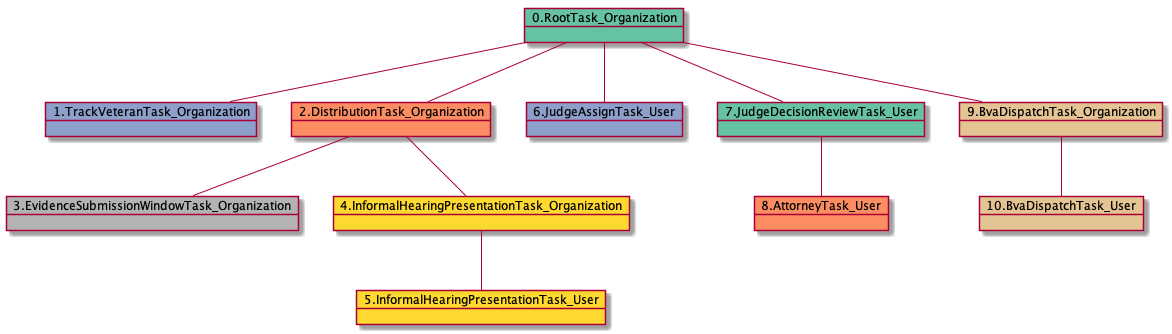
Earlier version of the PlantUML export docs-ES/uml/RTO.TVTO.DTO.ESWTO.IHPTO.IHPTU-15370.png (yoomlam/graphing). The source it was exported from:
```plantuml
@startuml
object 0.RootTask_Organization #66c2a5
object 1.TrackVeteranTask_Organization #8da0cb
object 2.DistributionTask_Organization #fc8d62
object 3.EvidenceSubmissionWindowTask_Organization #b3b3b3
object 4.InformalHearingPresentationTask_Organization #ffd92f
object 5.InformalHearingPresentationTask_User #ffd92f
object 6.JudgeAssignTask_User #8da0cb
object 7.JudgeDecisionReviewTask_User #66c2a5
object 8.AttorneyTask_User #fc8d62
object 9.BvaDispatchTask_Organization #e5c494
object 10.BvaDispatchTask_User #e5c494
0.RootTask_Organization -- 1.TrackVeteranTask_Organization
0.RootTask_Organization -- 2.DistributionTask_Organization
2.DistributionTask_Organization -- 3.EvidenceSubmissionWindowTask_Organization
2.DistributionTask_Organization -- 4.InformalHearingPresentationTask_Organization
4.InformalHearingPresentationTask_Organization -- 5.InformalHearingPresentationTask_User
0.RootTask_Organization -- 6.JudgeAssignTask_User
0.RootTask_Organization -- 7.JudgeDecisionReviewTask_User
7.JudgeDecisionReviewTask_User -- 8.AttorneyTask_User
0.RootTask_Organization -- 9.BvaDispatchTask_Organization
9.BvaDispatchTask_Organization -- 10.BvaDispatchTask_User
@enduml
```
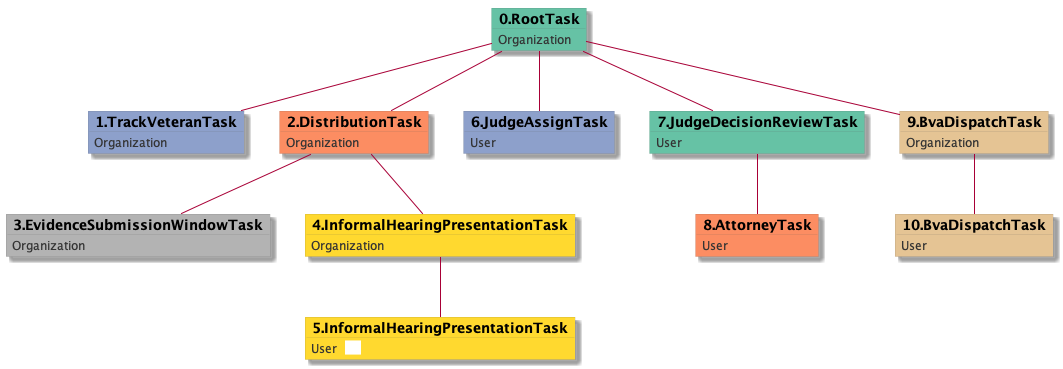
After the change.

The edit, as a diff of the source:
```diff
@@ -1,23 +1,53 @@
 @startuml
-object 0.RootTask_Organization #66c2a5
-object 1.TrackVeteranTask_Organization #8da0cb
-object 2.DistributionTask_Organization #fc8d62
-object 3.EvidenceSubmissionWindowTask_Organization #b3b3b3
-object 4.InformalHearingPresentationTask_Organization #ffd92f
-object 5.InformalHearingPresentationTask_User #ffd92f
-object 6.JudgeAssignTask_User #8da0cb
-object 7.JudgeDecisionReviewTask_User #66c2a5
-object 8.AttorneyTask_User #fc8d62
-object 9.BvaDispatchTask_Organization #e5c494
-object 10.BvaDispatchTask_User #e5c494
-0.RootTask_Organization -- 1.TrackVeteranTask_Organization
-0.RootTask_Organization -- 2.DistributionTask_Organization
-2.DistributionTask_Organization -- 3.EvidenceSubmissionWindowTask_Organization
-2.DistributionTask_Organization -- 4.InformalHearingPresentationTask_Organization
-4.InformalHearingPresentationTask_Organization -- 5.InformalHearingPresentationTask_User
-0.RootTask_Organization -- 6.JudgeAssignTask_User
-0.RootTask_Organization -- 7.JudgeDecisionReviewTask_User
-7.JudgeDecisionReviewTask_User -- 8.AttorneyTask_User
-0.RootTask_Organization -- 9.BvaDispatchTask_Organization
-9.BvaDispatchTask_Organization -- 10.BvaDispatchTask_User
+skinparam {
+  ObjectBorderColor #555
+  ObjectBorderThickness 0
+  ObjectFontStyle bold
+  ObjectFontSize 14
+  ObjectAttributeFontColor #333
+  ObjectAttributeFontSize 12
+}
+  object 0.RootTask #66c2a5 {
+Organization
+}
+  object 1.TrackVeteranTask #8da0cb {
+Organization
+}
+  object 2.DistributionTask #fc8d62 {
+Organization
+}
+  object 3.EvidenceSubmissionWindowTask #b3b3b3 {
+Organization
+}
+  object 4.InformalHearingPresentationTask #ffd92f {
+Organization
+}
+  object 5.InformalHearingPresentationTask #ffd92f {
+User  <back:white>    </back>
+}
+  object 6.JudgeAssignTask #8da0cb {
+User
+}
+  object 7.JudgeDecisionReviewTask #66c2a5 {
+User
+}
+  object 8.AttorneyTask #fc8d62 {
+User
+}
+  object 9.BvaDispatchTask #e5c494 {
+Organization
+}
+  object 10.BvaDispatchTask #e5c494 {
+User
+}
+0.RootTask -- 1.TrackVeteranTask
+0.RootTask -- 2.DistributionTask
+2.DistributionTask -- 3.EvidenceSubmissionWindowTask
+2.DistributionTask -- 4.InformalHearingPresentationTask
+4.InformalHearingPresentationTask -- 5.InformalHearingPresentationTask
+0.RootTask -- 6.JudgeAssignTask
+0.RootTask -- 7.JudgeDecisionReviewTask
+7.JudgeDecisionReviewTask -- 8.AttorneyTask
+0.RootTask -- 9.BvaDispatchTask
+9.BvaDispatchTask -- 10.BvaDispatchTask
 @enduml
```
